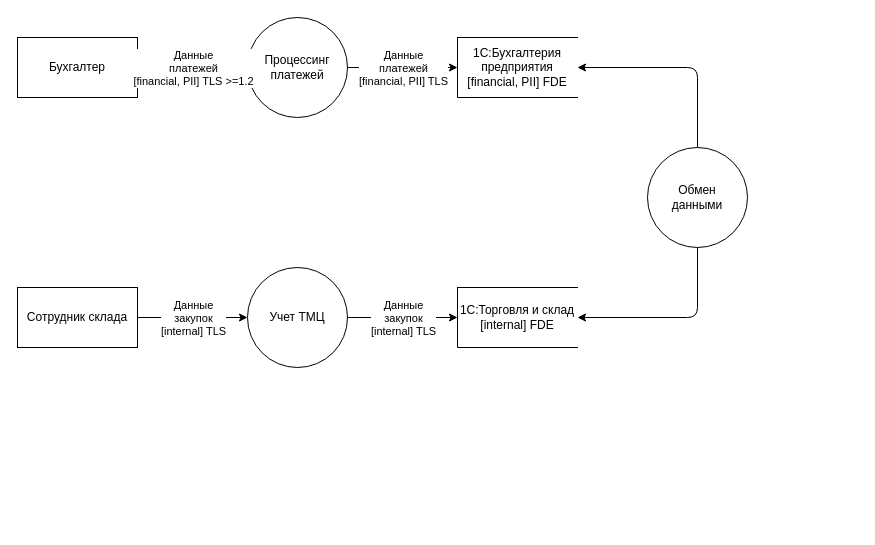
Before: Task1/3_dfd_бухгалтерия_склад.drawio in rmd-practicum/architecture-medikamente, a draw.io diagram. Source tidied: cells renumbered, new cells numbered last; positions are measured from the earlier drawing's top-left corner, leaving out a move shared by most shapes. Both pictures are drawn from the tidied source at 100%, with x=0, y=0 at pixel (17, 17).
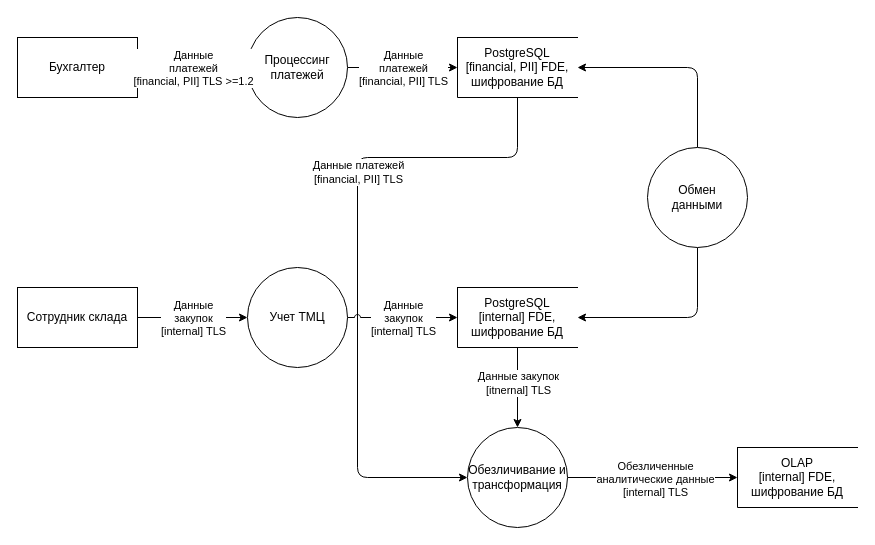
Above is the later version.

Diff of the diagram source:
```diff
@@
+    <mxCell id="19" style="edgeStyle=orthogonalEdgeStyle;shape=connector;curved=0;rounded=1;jumpStyle=arc;jettySize=auto;html=1;exitX=0.5;exitY=1;exitDx=0;exitDy=0;entryX=0;entryY=0.5;entryDx=0;entryDy=0;strokeColor=default;align=center;verticalAlign=middle;fontFamily=Helvetica;fontSize=11;fontColor=default;labelBackgroundColor=default;defaultLabelBackgroundColor=page;endArrow=classic;" parent="1" edge="1" source="8" target="26">
+      <mxGeometry x="0.15" relative="1" as="geometry">
+        <Array as="points">
+          <mxPoint x="500" y="140" />
+          <mxPoint x="340" y="140" />
+          <mxPoint x="340" y="460" />
+        </Array>
+      </mxGeometry>
+    </mxCell>
+    <mxCell id="20" value="Данные платежей&lt;div&gt;[financial, PII] TLS&lt;/div&gt;" style="edgeLabel;html=1;align=center;verticalAlign=middle;inheritText=1;defaultLabelBackgroundColor=page;" parent="19" vertex="1">
+      <mxGeometry x="-0.28" relative="1" as="geometry" />
+    </mxCell>
@@
-    <mxCell id="8" value="1С:Бухгалтерия предприятия&lt;div&gt;[financial, PII] FDE&lt;/div&gt;" style="html=1;dashed=0;whiteSpace=wrap;shape=partialRectangle;right=0;" parent="1" vertex="1">
+    <mxCell id="8" value="&lt;div&gt;PostgreSQL [financial, PII] FDE, шифрование БД&lt;/div&gt;" style="html=1;dashed=0;whiteSpace=wrap;shape=partialRectangle;right=0;" parent="1" vertex="1">
       <mxGeometry x="440" y="20" width="120" height="60" as="geometry" />
     </mxCell>
-    <mxCell id="9" value="1С:Торговля и склад&lt;div&gt;[internal] FDE&lt;/div&gt;" style="html=1;dashed=0;whiteSpace=wrap;shape=partialRectangle;right=0;" parent="1" vertex="1">
+    <mxCell id="9" value="PostgreSQL&lt;div&gt;[internal] FDE, шифрование БД&lt;/div&gt;" style="html=1;dashed=0;whiteSpace=wrap;shape=partialRectangle;right=0;" parent="1" vertex="1">
       <mxGeometry x="440" y="270" width="120" height="60" as="geometry" />
     </mxCell>
@@
+    <mxCell id="21" style="edgeStyle=orthogonalEdgeStyle;shape=connector;curved=0;rounded=1;jumpStyle=arc;jettySize=auto;html=1;exitX=0.5;exitY=1;exitDx=0;exitDy=0;entryX=0.5;entryY=0;entryDx=0;entryDy=0;strokeColor=default;align=center;verticalAlign=middle;fontFamily=Helvetica;fontSize=11;fontColor=default;labelBackgroundColor=default;defaultLabelBackgroundColor=page;endArrow=classic;" parent="1" edge="1" source="9" target="26">
+      <mxGeometry relative="1" as="geometry" />
+    </mxCell>
+    <mxCell id="22" value="Данные закупок&lt;div&gt;[itnernal] TLS&lt;/div&gt;" style="edgeLabel;html=1;align=center;verticalAlign=middle;inheritText=1;defaultLabelBackgroundColor=page;" parent="21" vertex="1">
+      <mxGeometry x="-0.47" y="1" relative="1" as="geometry">
+        <mxPoint x="-1" y="14" as="offset" />
+      </mxGeometry>
+    </mxCell>
@@
+    <mxCell id="23" value="OLAP&lt;div&gt;[internal] FDE, шифрование БД&lt;/div&gt;" style="html=1;dashed=0;whiteSpace=wrap;shape=partialRectangle;right=0;" parent="1" vertex="1">
+      <mxGeometry x="720" y="430" width="120" height="60" as="geometry" />
+    </mxCell>
+    <mxCell id="24" style="edgeStyle=orthogonalEdgeStyle;shape=connector;curved=0;rounded=1;jumpStyle=arc;jettySize=auto;html=1;exitX=1;exitY=0.5;exitDx=0;exitDy=0;entryX=0;entryY=0.5;entryDx=0;entryDy=0;strokeColor=default;align=center;verticalAlign=middle;fontFamily=Helvetica;fontSize=11;fontColor=default;labelBackgroundColor=default;defaultLabelBackgroundColor=page;endArrow=classic;" parent="1" edge="1" source="26" target="23">
+      <mxGeometry relative="1" as="geometry" />
+    </mxCell>
+    <mxCell id="25" value="Обезличенные&lt;div&gt;аналитические данные&lt;/div&gt;&lt;div&gt;[internal] TLS&lt;/div&gt;" style="edgeLabel;html=1;align=center;verticalAlign=middle;inheritText=1;defaultLabelBackgroundColor=page;" parent="24" vertex="1">
+      <mxGeometry x="0.02" relative="1" as="geometry">
+        <mxPoint y="1" as="offset" />
+      </mxGeometry>
+    </mxCell>
+    <mxCell id="26" value="Обезличивание и трансформация" style="shape=ellipse;html=1;dashed=0;whiteSpace=wrap;perimeter=ellipsePerimeter;" parent="1" vertex="1">
+      <mxGeometry x="450" y="410" width="100" height="100" as="geometry" />
+    </mxCell>
```
